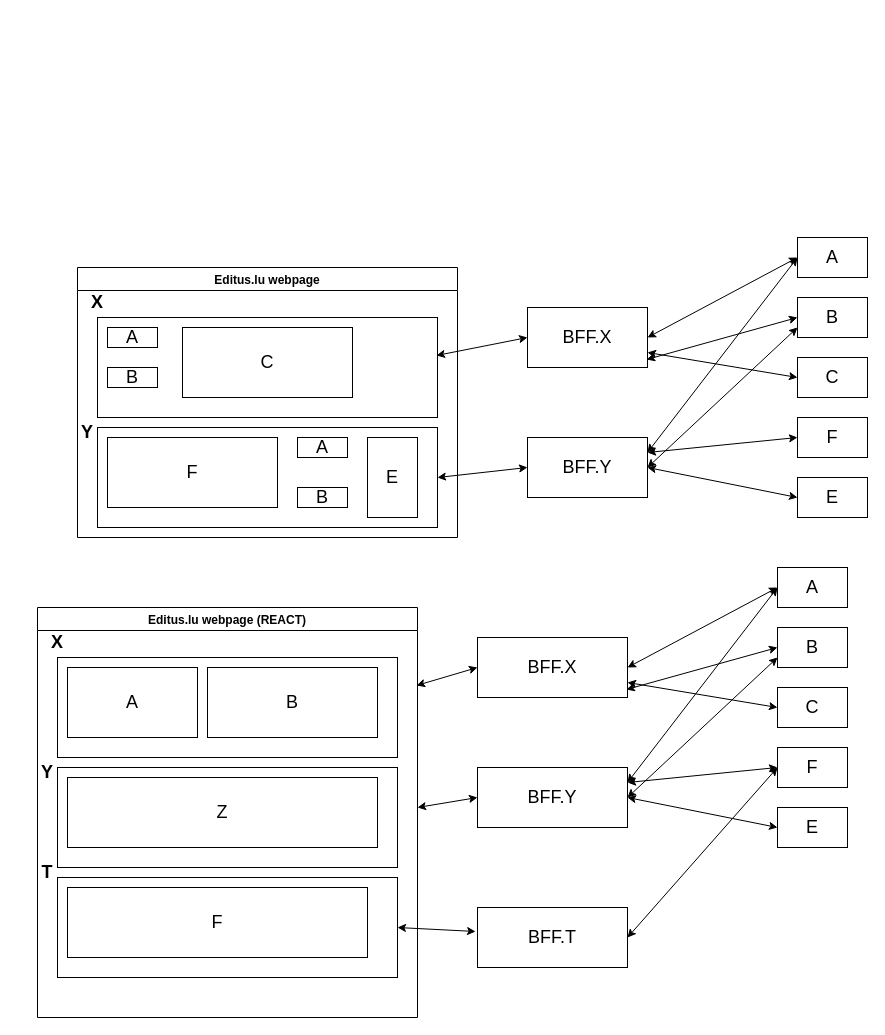
Above: ConsoleApp14/Untitled Diagram.drawio in MomoAbda/LeetCode (draw.io), before the change. Source tidied: cells renumbered, new cells numbered last; positions are measured from the earlier drawing's top-left corner, leaving out a move shared by most shapes. Both pictures are drawn from the tidied source at 100%, with x=0, y=0 at pixel (17, 237).
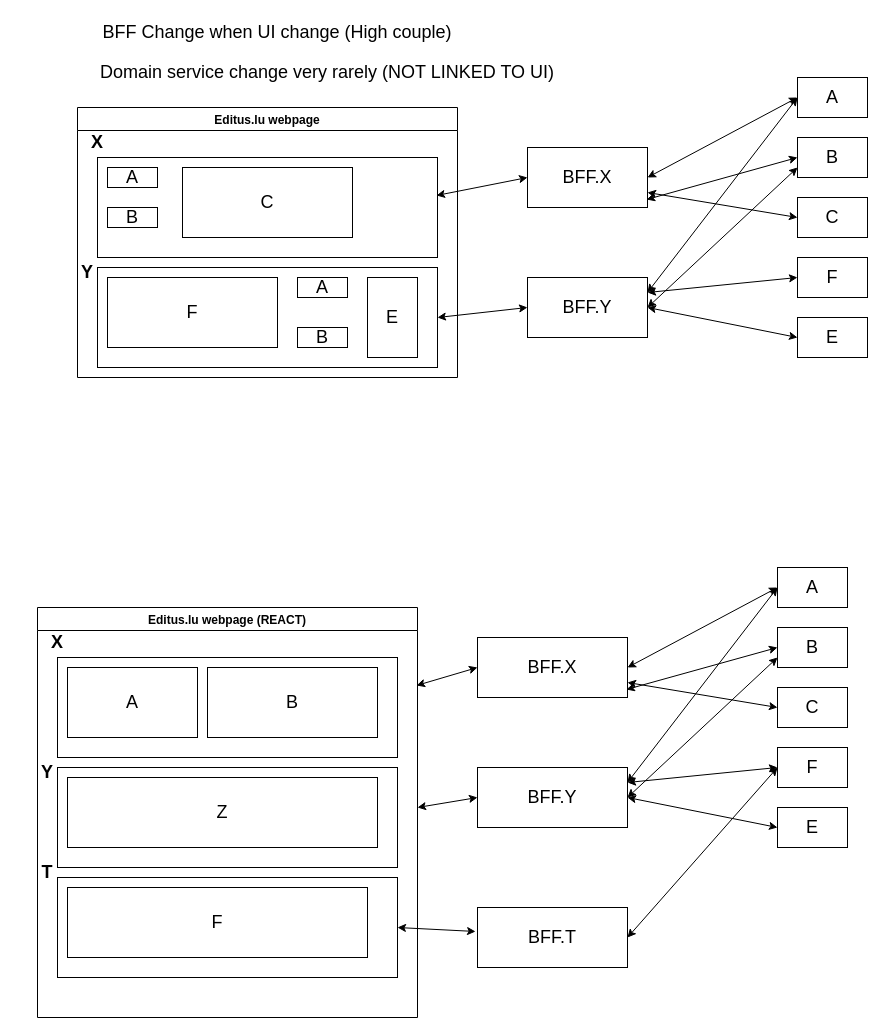
After the change.

The edit, as a diff of the source:
```diff
@@
     <mxCell id="2" value="Editus.lu webpage" style="swimlane;" parent="1" vertex="1">
-      <mxGeometry x="60" y="30" width="380" height="270" as="geometry" />
+      <mxGeometry x="60" y="-130" width="380" height="270" as="geometry" />
     </mxCell>
@@
     <mxCell id="14" value="BFF.X" style="rounded=0;whiteSpace=wrap;html=1;fontSize=18;" parent="1" vertex="1">
-      <mxGeometry x="510" y="70" width="120" height="60" as="geometry" />
+      <mxGeometry x="510" y="-90" width="120" height="60" as="geometry" />
     </mxCell>
     <mxCell id="15" value="BFF.Y" style="rounded=0;whiteSpace=wrap;html=1;fontSize=18;" parent="1" vertex="1">
-      <mxGeometry x="510" y="200" width="120" height="60" as="geometry" />
+      <mxGeometry x="510" y="40" width="120" height="60" as="geometry" />
     </mxCell>
@@
     <mxCell id="18" value="A" style="rounded=0;whiteSpace=wrap;html=1;fontSize=18;" parent="1" vertex="1">
-      <mxGeometry x="780" width="70" height="40" as="geometry" />
+      <mxGeometry x="780" y="-160" width="70" height="40" as="geometry" />
     </mxCell>
     <mxCell id="19" value="B" style="rounded=0;whiteSpace=wrap;html=1;fontSize=18;" parent="1" vertex="1">
-      <mxGeometry x="780" y="60" width="70" height="40" as="geometry" />
+      <mxGeometry x="780" y="-100" width="70" height="40" as="geometry" />
     </mxCell>
     <mxCell id="20" value="C" style="rounded=0;whiteSpace=wrap;html=1;fontSize=18;" parent="1" vertex="1">
-      <mxGeometry x="780" y="120" width="70" height="40" as="geometry" />
+      <mxGeometry x="780" y="-40" width="70" height="40" as="geometry" />
     </mxCell>
     <mxCell id="21" value="F" style="rounded=0;whiteSpace=wrap;html=1;fontSize=18;" parent="1" vertex="1">
-      <mxGeometry x="780" y="180" width="70" height="40" as="geometry" />
+      <mxGeometry x="780" y="20" width="70" height="40" as="geometry" />
     </mxCell>
     <mxCell id="22" value="E" style="rounded=0;whiteSpace=wrap;html=1;fontSize=18;" parent="1" vertex="1">
-      <mxGeometry x="780" y="240" width="70" height="40" as="geometry" />
+      <mxGeometry x="780" y="80" width="70" height="40" as="geometry" />
     </mxCell>
@@
+    <mxCell id="60" value="BFF Change when UI change (High couple)" style="text;html=1;strokeColor=none;fillColor=none;align=center;verticalAlign=middle;whiteSpace=wrap;rounded=0;fontSize=18;" parent="1" vertex="1">
+      <mxGeometry x="60" y="-220" width="400" height="30" as="geometry" />
+    </mxCell>
+    <mxCell id="61" value="Domain service change very rarely (NOT LINKED TO UI)" style="text;html=1;strokeColor=none;fillColor=none;align=center;verticalAlign=middle;whiteSpace=wrap;rounded=0;fontSize=18;" parent="1" vertex="1">
+      <mxGeometry x="60" y="-180" width="500" height="30" as="geometry" />
+    </mxCell>
```
